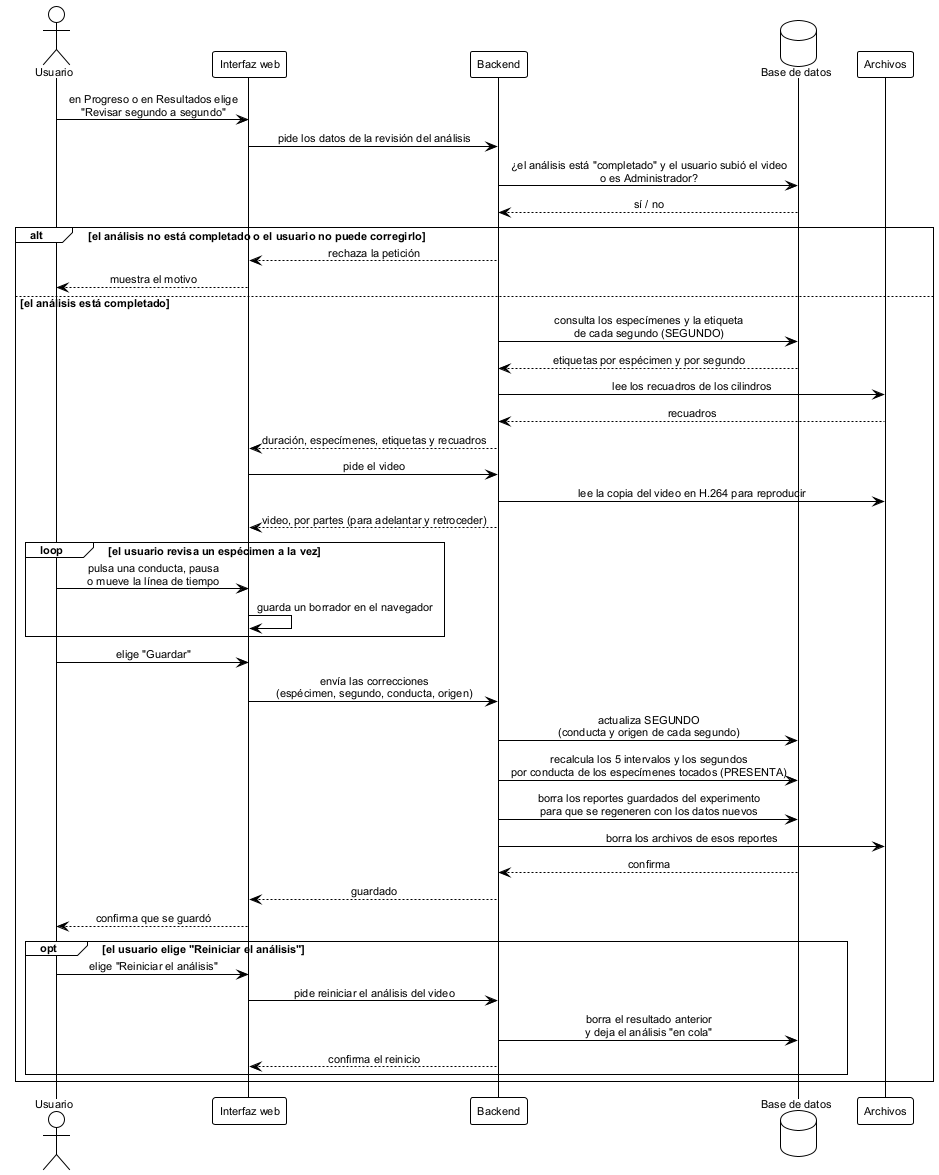
ErickJester/fst-ai-system-latex keeps this PlantUML diagram as figures/mermaid/seq_revision_segundos.png. Above is the earlier version.
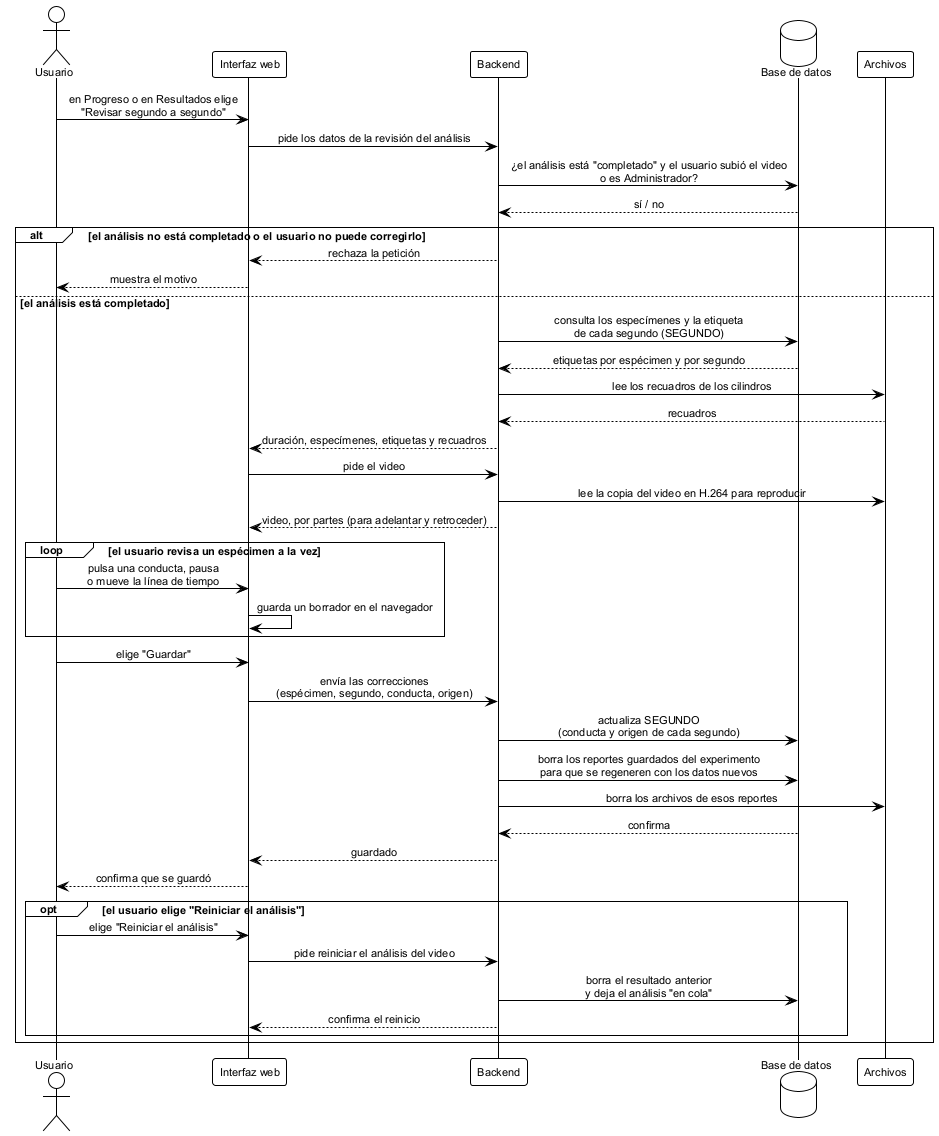
After the commit.

Diff of the diagram source:
```diff
@@ -39,7 +39,6 @@
   u -> ui: elige "Guardar"
   ui -> api: envía las correcciones\n(espécimen, segundo, conducta, origen)
   api -> db: actualiza SEGUNDO\n(conducta y origen de cada segundo)
-  api -> db: recalcula los 5 intervalos y los segundos\npor conducta de los especímenes tocados (PRESENTA)
   api -> db: borra los reportes guardados del experimento\npara que se regeneren con los datos nuevos
   api -> fs: borra los archivos de esos reportes
   db --> api: confirma
```
